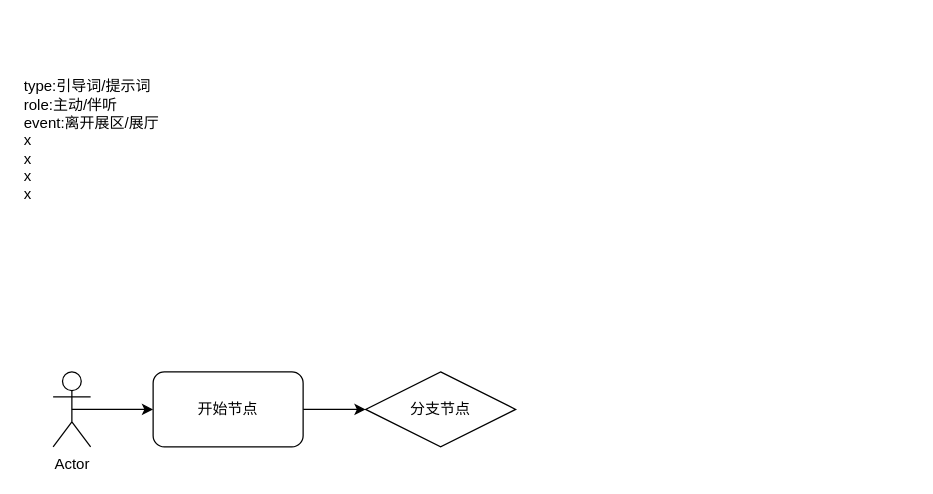
huaxiaojilzg/workflow_draw keeps this draw.io diagram as 8.离开展厅.drawio. Above is the earlier version. Source tidied: cells renumbered, new cells numbered last; positions are measured from the earlier drawing's top-left corner, leaving out a move shared by most shapes. Both pictures are drawn from the tidied source at 125%, with x=0, y=0 at pixel (21, 71).
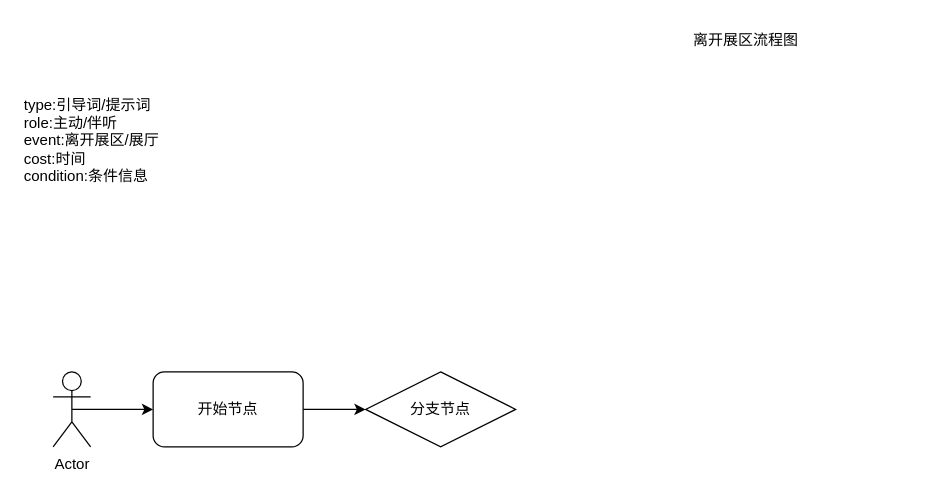
The same page after the edit.

Commit message:
更新8.离开展厅.drawio

What changed in the source:
```diff
@@
 <mxGraphModel>
   <root>
     <mxCell id="0" />
     <mxCell id="1" parent="0" />
     <mxCell id="2" style="edgeStyle=orthogonalEdgeStyle;rounded=0;jettySize=auto;html=1;exitX=0.5;exitY=0.5;exitDx=0;exitDy=0;exitPerimeter=0;entryX=0;entryY=0.5;entryDx=0;entryDy=0;" parent="1" edge="1" source="3" target="5">
       <mxGeometry relative="1" as="geometry" />
     </mxCell>
     <mxCell id="3" value="Actor" style="shape=umlActor;verticalLabelPosition=bottom;verticalAlign=top;html=1;outlineConnect=0;" parent="1" vertex="1">
       <mxGeometry x="25" y="240" width="30" height="60" as="geometry" />
     </mxCell>
     <mxCell id="4" style="edgeStyle=orthogonalEdgeStyle;rounded=0;jettySize=auto;html=1;exitX=1;exitY=0.5;exitDx=0;exitDy=0;" parent="1" edge="1" source="5">
       <mxGeometry relative="1" as="geometry">
         <mxPoint x="275" y="270" as="targetPoint" />
       </mxGeometry>
     </mxCell>
     <mxCell id="5" value="开始节点" style="rounded=1;whiteSpace=wrap;html=1;" parent="1" vertex="1">
       <mxGeometry x="105" y="240" width="120" height="60" as="geometry" />
     </mxCell>
-    <mxCell id="6" value="type:引导词/提示词&lt;div&gt;role:主动/伴听&lt;/div&gt;&lt;div&gt;event:离开展区/展厅&lt;/div&gt;&lt;div&gt;x&lt;/div&gt;&lt;div&gt;x&lt;/div&gt;&lt;div&gt;x&lt;/div&gt;&lt;div&gt;x&lt;/div&gt;" style="text;html=1;align=left;verticalAlign=middle;strokeColor=none;fillColor=none;" parent="1" vertex="1">
-      <mxGeometry width="130" height="110" as="geometry" />
+    <mxCell id="6" value="type:引导词/提示词&lt;div&gt;role:主动/伴听&lt;/div&gt;&lt;div&gt;event:离开展区/展厅&lt;/div&gt;&lt;div&gt;cost:时间&lt;/div&gt;&lt;div&gt;condition:条件信息&lt;/div&gt;" style="text;html=1;align=left;verticalAlign=middle;strokeColor=none;fillColor=none;" parent="1" vertex="1">
+      <mxGeometry y="10" width="130" height="90" as="geometry" />
     </mxCell>
     <mxCell id="7" value="分支节点" style="rhombus;whiteSpace=wrap;html=1;" parent="1" vertex="1">
       <mxGeometry x="275" y="240" width="120" height="60" as="geometry" />
     </mxCell>
+    <mxCell id="8" value="离开展区流程图" style="text;html=1;align=center;verticalAlign=middle;whiteSpace=wrap;rounded=0;" parent="1" vertex="1">
+      <mxGeometry x="447" y="-40" width="265" height="30" as="geometry" />
+    </mxCell>
   </root>
 </mxGraphModel>
```
